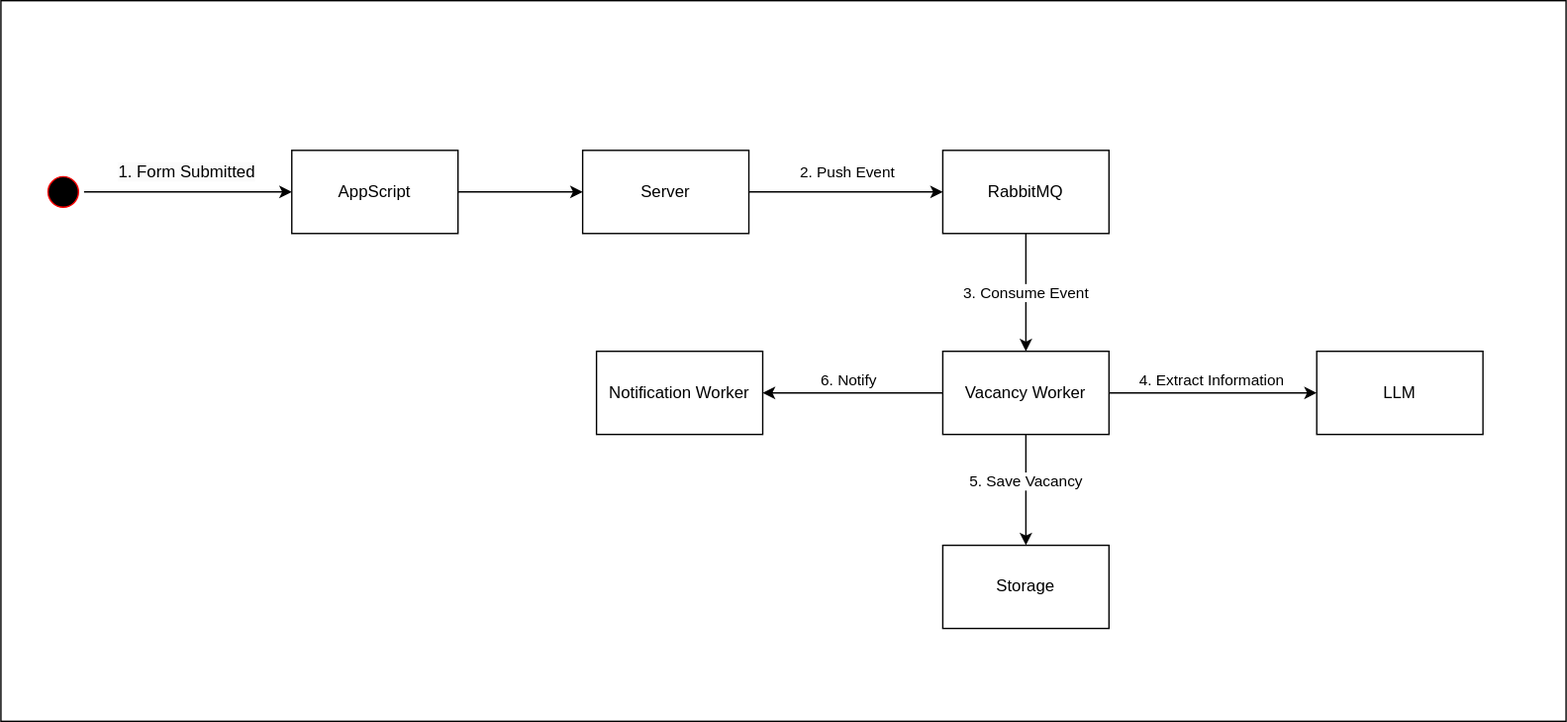
Earlier version of the draw.io export docs/architecture.drawio.svg (ghazlabs/idn-remote-entry). Source tidied: cells renumbered, new cells last; positions are measured from the earlier drawing's top-left corner, leaving out a move shared by most shapes.
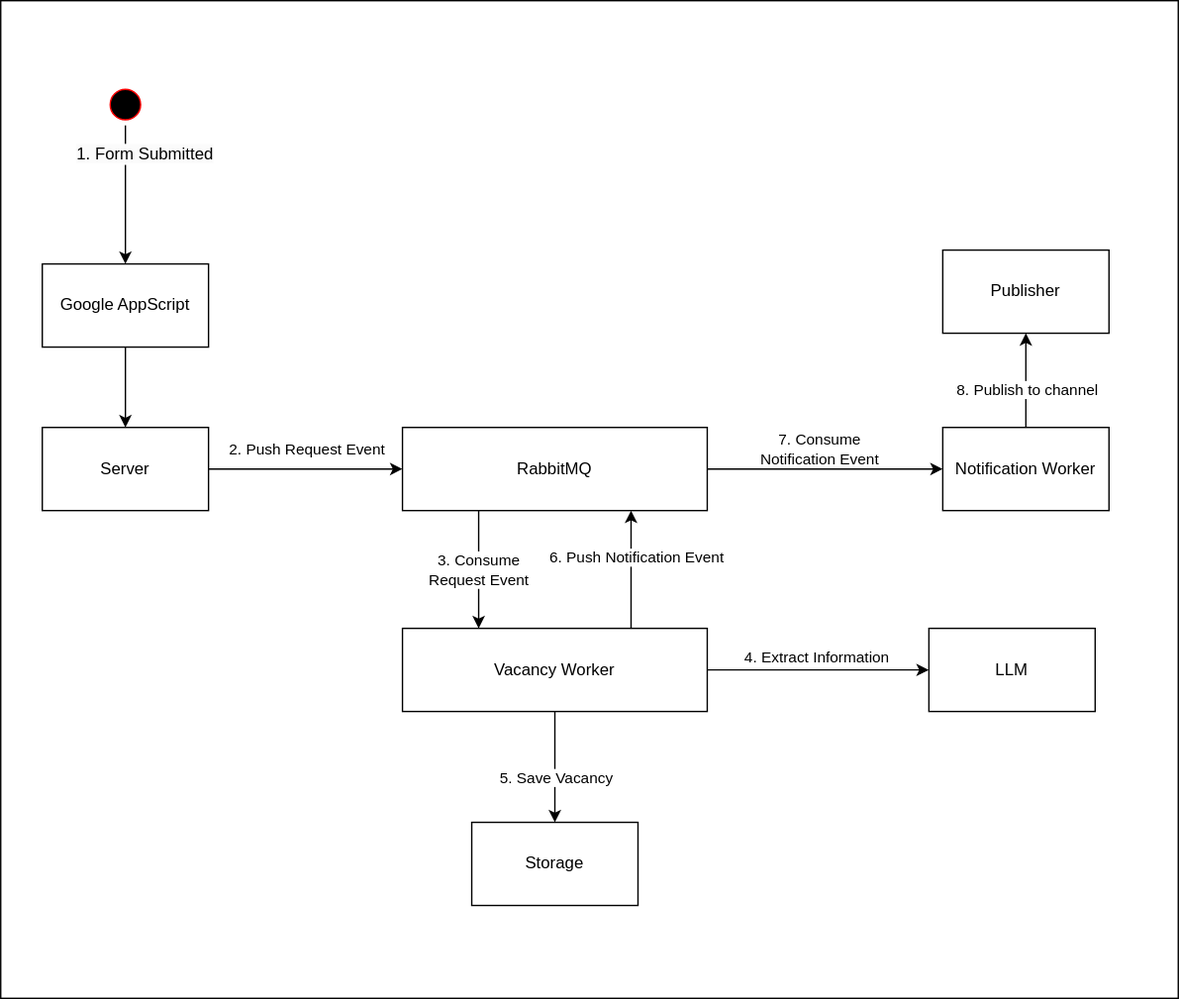
The same file after the commit.

Commit message:
docs: fix architecture diagram; add description main components; more info about the ollama model

The edit, as a diff of the source:
```diff
@@ -3,7 +3,7 @@
     <mxCell id="0" />
     <mxCell id="1" parent="0" />
     <mxCell id="2" style="rounded=0;whiteSpace=wrap;html=1;" parent="1" vertex="1">
-      <mxGeometry width="1130" height="520" as="geometry" />
+      <mxGeometry x="390" y="-200" width="850" height="720" as="geometry" />
     </mxCell>
     <mxCell id="3" style="edgeStyle=none;html=1;" parent="1" edge="1" source="5" target="7">
       <mxGeometry relative="1" as="geometry" />
@@ -14,18 +14,18 @@
       </mxGeometry>
     </mxCell>
     <mxCell id="5" style="ellipse;html=1;shape=startState;fillColor=#000000;strokeColor=#ff0000;" parent="1" vertex="1">
-      <mxGeometry x="30" y="123" width="30" height="30" as="geometry" />
+      <mxGeometry x="465" y="-140" width="30" height="30" as="geometry" />
     </mxCell>
     <mxCell id="6" style="edgeStyle=none;html=1;" parent="1" edge="1" source="7" target="10">
       <mxGeometry relative="1" as="geometry" />
     </mxCell>
-    <mxCell id="7" value="AppScript" style="rounded=0;whiteSpace=wrap;html=1;" parent="1" vertex="1">
-      <mxGeometry x="210" y="108" width="120" height="60" as="geometry" />
+    <mxCell id="7" value="Google AppScript" style="rounded=0;whiteSpace=wrap;html=1;" parent="1" vertex="1">
+      <mxGeometry x="420" y="-10" width="120" height="60" as="geometry" />
     </mxCell>
     <mxCell id="8" style="edgeStyle=none;html=1;" parent="1" edge="1" source="10" target="13">
       <mxGeometry relative="1" as="geometry" />
     </mxCell>
-    <mxCell id="9" value="2. Push Event" style="edgeLabel;html=1;align=center;verticalAlign=middle;" parent="8" vertex="1">
+    <mxCell id="9" value="2. Push Request Event" style="edgeLabel;html=1;align=center;verticalAlign=middle;" parent="8" vertex="1">
       <mxGeometry x="-0.33" y="-1" relative="1" as="geometry">
         <mxPoint x="23" y="-16" as="offset" />
       </mxGeometry>
@@ -33,19 +33,29 @@
     <mxCell id="10" value="Server" style="rounded=0;whiteSpace=wrap;html=1;" parent="1" vertex="1">
       <mxGeometry x="420" y="108" width="120" height="60" as="geometry" />
     </mxCell>
-    <mxCell id="11" style="edgeStyle=none;html=1;" parent="1" edge="1" source="13" target="20">
+    <mxCell id="11" style="edgeStyle=none;html=1;exitX=0.25;exitY=1;exitDx=0;exitDy=0;entryX=0.25;entryY=0;entryDx=0;entryDy=0;" parent="1" edge="1" source="13" target="20">
       <mxGeometry relative="1" as="geometry" />
     </mxCell>
-    <mxCell id="12" value="3. Consume Event" style="edgeLabel;html=1;align=center;verticalAlign=middle;" parent="11" vertex="1">
-      <mxGeometry x="-0.01" y="-1" relative="1" as="geometry" />
+    <mxCell id="12" value="3. Consume &lt;br&gt;Request Event" style="edgeLabel;html=1;align=center;verticalAlign=middle;" parent="11" vertex="1">
+      <mxGeometry x="-0.01" y="-1" relative="1" as="geometry">
+        <mxPoint y="1" as="offset" />
+      </mxGeometry>
     </mxCell>
+    <mxCell id="24" style="edgeStyle=none;html=1;entryX=0;entryY=0.5;entryDx=0;entryDy=0;" parent="1" edge="1" source="13" target="21">
+      <mxGeometry relative="1" as="geometry" />
+    </mxCell>
+    <mxCell id="25" value="7. Consume&lt;br&gt;Notification Event" style="edgeLabel;html=1;align=center;verticalAlign=middle;" parent="24" vertex="1">
+      <mxGeometry x="-0.32" y="-1" relative="1" as="geometry">
+        <mxPoint x="23" y="-16" as="offset" />
+      </mxGeometry>
+    </mxCell>
     <mxCell id="13" value="RabbitMQ" style="rounded=0;whiteSpace=wrap;html=1;" parent="1" vertex="1">
-      <mxGeometry x="680" y="108" width="120" height="60" as="geometry" />
+      <mxGeometry x="680" y="108" width="220" height="60" as="geometry" />
     </mxCell>
-    <mxCell id="14" style="edgeStyle=none;html=1;" parent="1" edge="1" source="20" target="21">
+    <mxCell id="14" style="edgeStyle=none;html=1;entryX=0.75;entryY=1;entryDx=0;entryDy=0;exitX=0.75;exitY=0;exitDx=0;exitDy=0;" parent="1" edge="1" source="20" target="13">
       <mxGeometry relative="1" as="geometry" />
     </mxCell>
-    <mxCell id="15" value="6. Notify" style="edgeLabel;html=1;align=center;verticalAlign=middle;" parent="14" vertex="1">
+    <mxCell id="15" value="6. Push Notification Event" style="edgeLabel;html=1;align=center;verticalAlign=middle;" parent="14" vertex="1">
       <mxGeometry x="0.04" y="-3" relative="1" as="geometry">
         <mxPoint y="-7" as="offset" />
       </mxGeometry>
@@ -62,19 +72,32 @@
       <mxGeometry relative="1" as="geometry" />
     </mxCell>
     <mxCell id="19" value="5. Save Vacancy" style="edgeLabel;html=1;align=center;verticalAlign=middle;" parent="18" vertex="1">
-      <mxGeometry x="-0.17" y="-1" relative="1" as="geometry" />
+      <mxGeometry x="-0.17" y="-1" relative="1" as="geometry">
+        <mxPoint x="1" y="14" as="offset" />
+      </mxGeometry>
     </mxCell>
     <mxCell id="20" value="Vacancy Worker" style="rounded=0;whiteSpace=wrap;html=1;" parent="1" vertex="1">
-      <mxGeometry x="680" y="253" width="120" height="60" as="geometry" />
+      <mxGeometry x="680" y="253" width="220" height="60" as="geometry" />
     </mxCell>
-    <mxCell id="21" value="Notification Worker" style="rounded=0;whiteSpace=wrap;html=1;" parent="1" vertex="1">
-      <mxGeometry x="430" y="253" width="120" height="60" as="geometry" />
-    </mxCell>
     <mxCell id="22" value="LLM" style="rounded=0;whiteSpace=wrap;html=1;" parent="1" vertex="1">
-      <mxGeometry x="950" y="253" width="120" height="60" as="geometry" />
+      <mxGeometry x="1060" y="253" width="120" height="60" as="geometry" />
     </mxCell>
     <mxCell id="23" value="Storage" style="rounded=0;whiteSpace=wrap;html=1;" parent="1" vertex="1">
-      <mxGeometry x="680" y="393" width="120" height="60" as="geometry" />
+      <mxGeometry x="730" y="393" width="120" height="60" as="geometry" />
     </mxCell>
+    <mxCell id="26" style="edgeStyle=none;html=1;" parent="1" edge="1" source="21" target="28">
+      <mxGeometry relative="1" as="geometry" />
+    </mxCell>
+    <mxCell id="27" value="8. Publish to channel" style="edgeLabel;html=1;align=center;verticalAlign=middle;" parent="26" vertex="1">
+      <mxGeometry x="-0.2" relative="1" as="geometry">
+        <mxPoint y="-1" as="offset" />
+      </mxGeometry>
+    </mxCell>
+    <mxCell id="21" value="Notification Worker" style="rounded=0;whiteSpace=wrap;html=1;" parent="1" vertex="1">
+      <mxGeometry x="1070" y="108" width="120" height="60" as="geometry" />
+    </mxCell>
+    <mxCell id="28" value="Publisher" style="rounded=0;whiteSpace=wrap;html=1;" parent="1" vertex="1">
+      <mxGeometry x="1070" y="-20" width="120" height="60" as="geometry" />
+    </mxCell>
   </root>
 </mxGraphModel>
```
